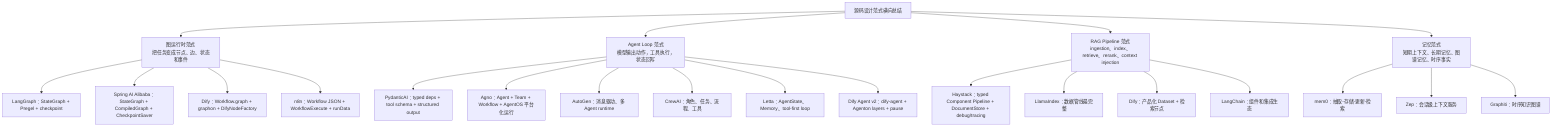
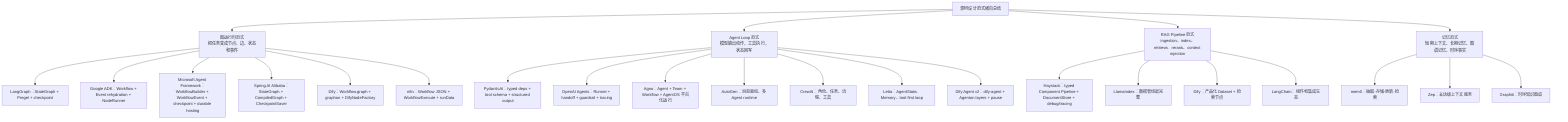
flowchart TB
    Pattern["源码设计范式横向总结"]
    Pattern --> Graph["图运行时范式<br/>把任务变成节点、边、状态和事件"]
    Graph --> LG["LangGraph：StateGraph + Pregel + checkpoint"]
+     Graph --> ADK["Google ADK：Workflow + Event rehydration + NodeRunner"]
+     Graph --> MAF["Microsoft Agent Framework：WorkflowBuilder + WorkflowEvent + checkpoint + durable hosting"]
    Graph --> SAA["Spring AI Alibaba：StateGraph + CompiledGraph + CheckpointSaver"]
    Graph --> DifyG["Dify：Workflow.graph + graphon + DifyNodeFactory"]
    Graph --> N8NG["n8n：Workflow JSON + WorkflowExecute + runData"]
    Pattern --> AgentLoop["Agent Loop 范式<br/>模型输出动作，工具执行，状态回写"]
    AgentLoop --> PAI["PydanticAI：typed deps + tool schema + structured output"]
+     AgentLoop --> OAI["OpenAI Agents：Runner + handoff + guardrail + tracing"]
    AgentLoop --> AgnoA["Agno：Agent + Team + Workflow + AgentOS 平台化运行"]
    AgentLoop --> Auto["AutoGen：消息驱动、多 Agent runtime"]
    AgentLoop --> Crew["CrewAI：角色、任务、流程、工具"]
    AgentLoop --> LettaP["Letta：AgentState、Memory、tool-first loop"]
    AgentLoop --> DifyA["Dify Agent v2：dify-agent + Agenton layers + pause"]
    Pattern --> RAG["RAG Pipeline 范式<br/>ingestion、index、retrieve、rerank、context injection"]
    RAG --> HS["Haystack：typed Component Pipeline + DocumentStore + debug/tracing"]
    RAG --> LI["LlamaIndex：数据管线最完整"]
    RAG --> DifyR["Dify：产品化 Dataset + 检索节点"]
    RAG --> LCR["LangChain：组件和集成生态"]
    Pattern --> MemoryP["记忆范式<br/>短期上下文、长期记忆、图谱记忆、时序事实"]
    MemoryP --> M0["mem0：抽取-存储-更新-检索"]
    MemoryP --> Z["Zep：会话级上下文服务"]
    MemoryP --> G["Graphiti：时序知识图谱"]
